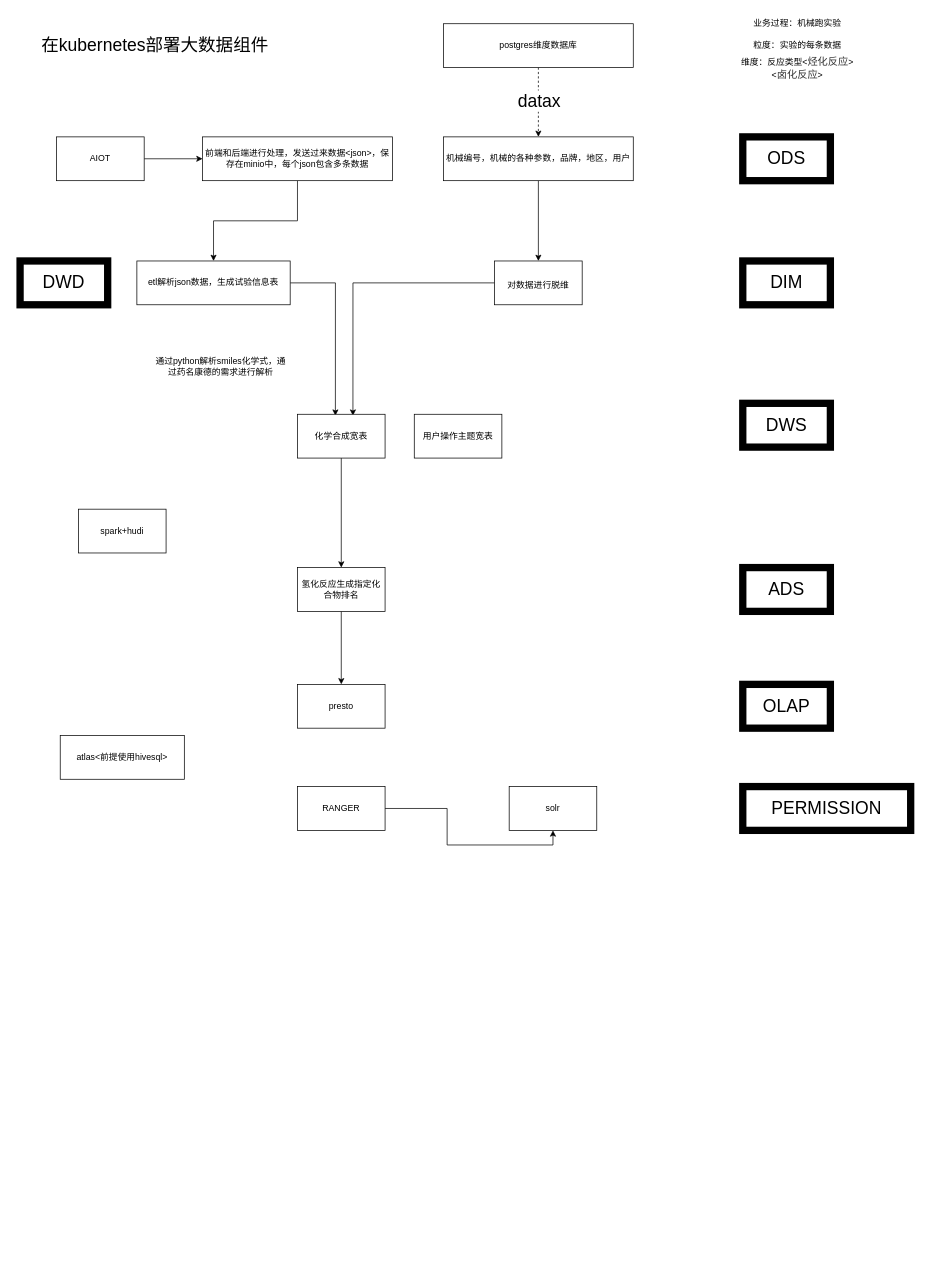
Above: bigdata-project/项目介绍.drawio in DeadTimeHK/drawio (draw.io), before the change. Source tidied: cells renumbered, new cells numbered last; positions are measured from the earlier drawing's top-left corner, leaving out a move shared by most shapes. Both pictures are drawn from the tidied source at 73%, with x=0, y=0 at pixel (20, 12).
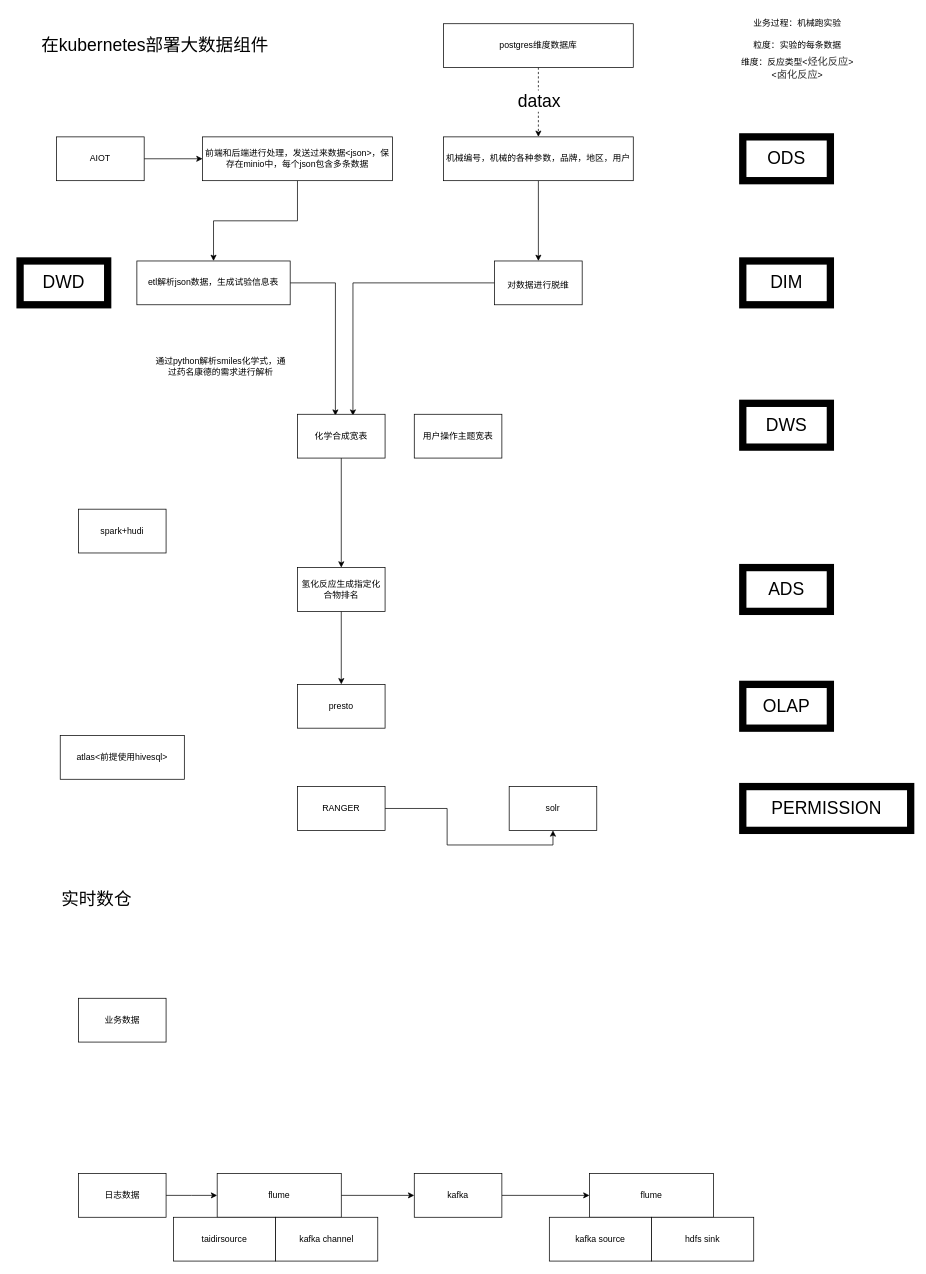
After the change.

Commit message:
更新项目介绍.drawio

Diff of the diagram source:
```diff
@@
+    <mxCell id="38" value="&lt;font style=&quot;font-size: 24px;&quot;&gt;实时数仓&lt;/font&gt;" style="text;html=1;strokeColor=none;fillColor=none;align=center;verticalAlign=middle;whiteSpace=wrap;rounded=0;strokeWidth=10;" parent="1" vertex="1">
+      <mxGeometry x="-10" y="1200" width="230" height="30" as="geometry" />
+    </mxCell>
+    <mxCell id="39" value="业务数据" style="rounded=0;whiteSpace=wrap;html=1;strokeWidth=1;fontSize=12;" parent="1" vertex="1">
+      <mxGeometry x="80" y="1350" width="120" height="60" as="geometry" />
+    </mxCell>
+    <mxCell id="40" style="edgeStyle=orthogonalEdgeStyle;rounded=0;jettySize=auto;html=1;" parent="1" edge="1" source="41">
+      <mxGeometry relative="1" as="geometry">
+        <mxPoint x="270" y="1620" as="targetPoint" />
+      </mxGeometry>
+    </mxCell>
+    <mxCell id="41" value="日志数据" style="rounded=0;whiteSpace=wrap;html=1;strokeWidth=1;fontSize=12;" parent="1" vertex="1">
+      <mxGeometry x="80" y="1590" width="120" height="60" as="geometry" />
+    </mxCell>
+    <mxCell id="42" style="edgeStyle=orthogonalEdgeStyle;rounded=0;jettySize=auto;html=1;entryX=0;entryY=0.5;entryDx=0;entryDy=0;" parent="1" edge="1" source="43" target="47">
+      <mxGeometry relative="1" as="geometry" />
+    </mxCell>
+    <mxCell id="43" value="flume" style="rounded=0;whiteSpace=wrap;html=1;strokeWidth=1;fontSize=12;" parent="1" vertex="1">
+      <mxGeometry x="270" y="1590" width="170" height="60" as="geometry" />
+    </mxCell>
+    <mxCell id="44" value="taidirsource" style="rounded=0;whiteSpace=wrap;html=1;strokeWidth=1;fontSize=12;" parent="1" vertex="1">
+      <mxGeometry x="210" y="1650" width="140" height="60" as="geometry" />
+    </mxCell>
+    <mxCell id="45" value="kafka channel" style="rounded=0;whiteSpace=wrap;html=1;strokeWidth=1;fontSize=12;" parent="1" vertex="1">
+      <mxGeometry x="350" y="1650" width="140" height="60" as="geometry" />
+    </mxCell>
+    <mxCell id="46" style="edgeStyle=orthogonalEdgeStyle;rounded=0;jettySize=auto;html=1;entryX=0;entryY=0.5;entryDx=0;entryDy=0;" parent="1" edge="1" source="47" target="48">
+      <mxGeometry relative="1" as="geometry" />
+    </mxCell>
+    <mxCell id="47" value="kafka" style="rounded=0;whiteSpace=wrap;html=1;" parent="1" vertex="1">
+      <mxGeometry x="540" y="1590" width="120" height="60" as="geometry" />
+    </mxCell>
+    <mxCell id="48" value="flume" style="rounded=0;whiteSpace=wrap;html=1;strokeWidth=1;fontSize=12;" parent="1" vertex="1">
+      <mxGeometry x="780" y="1590" width="170" height="60" as="geometry" />
+    </mxCell>
+    <mxCell id="49" value="kafka source" style="rounded=0;whiteSpace=wrap;html=1;strokeWidth=1;fontSize=12;" parent="1" vertex="1">
+      <mxGeometry x="725" y="1650" width="140" height="60" as="geometry" />
+    </mxCell>
+    <mxCell id="50" value="hdfs sink" style="rounded=0;whiteSpace=wrap;html=1;strokeWidth=1;fontSize=12;" parent="1" vertex="1">
+      <mxGeometry x="865" y="1650" width="140" height="60" as="geometry" />
+    </mxCell>
```
